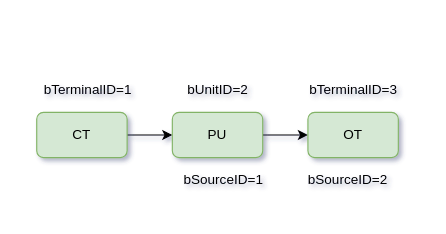
Vinson-001/Blog-flow-chart keeps this draw.io diagram as UVC设备逻辑组织.drawio. Above is the earlier version. Source tidied: cells renumbered, new cells numbered last; positions are measured from the earlier drawing's top-left corner, leaving out a move shared by most shapes. Both pictures are drawn from the tidied source at 113%, with x=0, y=0 at pixel (36, 78).
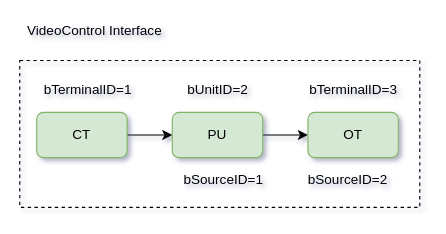
Above is the later version.

Commit message (it also covers changes not shown here):
更新UVC设备逻辑组织.drawio

What changed in the source:
```diff
@@
 <mxGraphModel shadow="1">
   <root>
     <mxCell id="0" />
     <mxCell id="1" parent="0" />
     <mxCell id="2" style="edgeStyle=orthogonalEdgeStyle;rounded=0;jettySize=auto;html=1;exitX=1;exitY=0.5;exitDx=0;exitDy=0;entryX=0;entryY=0.5;entryDx=0;entryDy=0;" parent="1" edge="1" source="3" target="5">
       <mxGeometry relative="1" as="geometry" />
     </mxCell>
     <mxCell id="3" value="CT" style="rounded=1;whiteSpace=wrap;html=1;fillColor=#d5e8d4;strokeColor=#82b366;" parent="1" vertex="1">
       <mxGeometry y="30" width="80" height="40" as="geometry" />
     </mxCell>
     <mxCell id="4" style="edgeStyle=orthogonalEdgeStyle;rounded=0;jettySize=auto;html=1;exitX=1;exitY=0.5;exitDx=0;exitDy=0;entryX=0;entryY=0.5;entryDx=0;entryDy=0;" parent="1" edge="1" source="5" target="6">
       <mxGeometry relative="1" as="geometry" />
     </mxCell>
     <mxCell id="5" value="PU" style="rounded=1;whiteSpace=wrap;html=1;fillColor=#d5e8d4;strokeColor=#82b366;" parent="1" vertex="1">
       <mxGeometry x="120" y="30" width="80" height="40" as="geometry" />
     </mxCell>
     <mxCell id="6" value="OT" style="rounded=1;whiteSpace=wrap;html=1;fillColor=#d5e8d4;strokeColor=#82b366;" parent="1" vertex="1">
       <mxGeometry x="240" y="30" width="80" height="40" as="geometry" />
     </mxCell>
     <mxCell id="7" value="bTerminalID=1" style="text;html=1;align=center;verticalAlign=middle;strokeColor=none;" parent="1" vertex="1">
       <mxGeometry width="90" height="20" as="geometry" />
     </mxCell>
     <mxCell id="8" value="bUnitID=2" style="text;html=1;align=center;verticalAlign=middle;strokeColor=none;" parent="1" vertex="1">
       <mxGeometry x="125" width="70" height="20" as="geometry" />
     </mxCell>
     <mxCell id="9" value="bSourceID=1" style="text;html=1;align=center;verticalAlign=middle;strokeColor=none;" parent="1" vertex="1">
       <mxGeometry x="120" y="80" width="90" height="20" as="geometry" />
     </mxCell>
     <mxCell id="10" value="bTerminalID=3" style="text;html=1;align=center;verticalAlign=middle;strokeColor=none;" parent="1" vertex="1">
       <mxGeometry x="235" width="90" height="20" as="geometry" />
     </mxCell>
     <mxCell id="11" value="bSourceID=2" style="text;html=1;align=center;verticalAlign=middle;strokeColor=none;" parent="1" vertex="1">
       <mxGeometry x="230" y="80" width="90" height="20" as="geometry" />
     </mxCell>
+    <mxCell id="12" style="rounded=0;whiteSpace=wrap;html=1;fillColor=none;dashed=1;" parent="1" vertex="1">
+      <mxGeometry x="-15" y="-16" width="354" height="130" as="geometry" />
+    </mxCell>
+    <mxCell id="13" value="VideoControl Interface" style="text;html=1;strokeColor=none;fillColor=none;align=center;verticalAlign=middle;whiteSpace=wrap;rounded=0;dashed=1;" parent="1" vertex="1">
+      <mxGeometry x="-13" y="-52" width="129" height="20" as="geometry" />
+    </mxCell>
   </root>
 </mxGraphModel>
```
